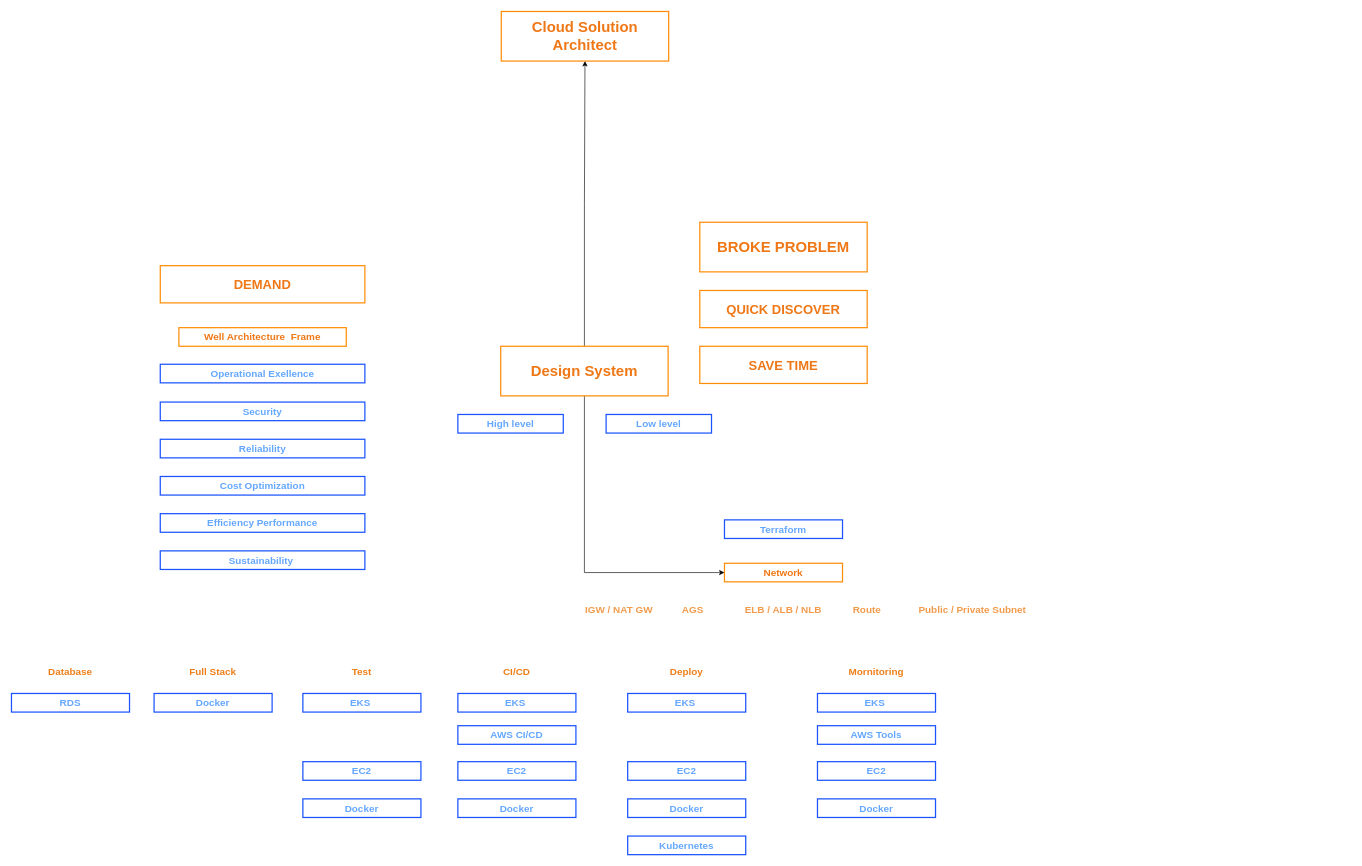
Earlier version of the draw.io diagram MindSet.drawio (HoangGuruu/drawCloud). Source tidied: cells renumbered, new cells numbered last; positions are measured from the earlier drawing's top-left corner, leaving out a move shared by most shapes. Both pictures are drawn from the tidied source at 62%, with x=0, y=0 at pixel (11, 11).
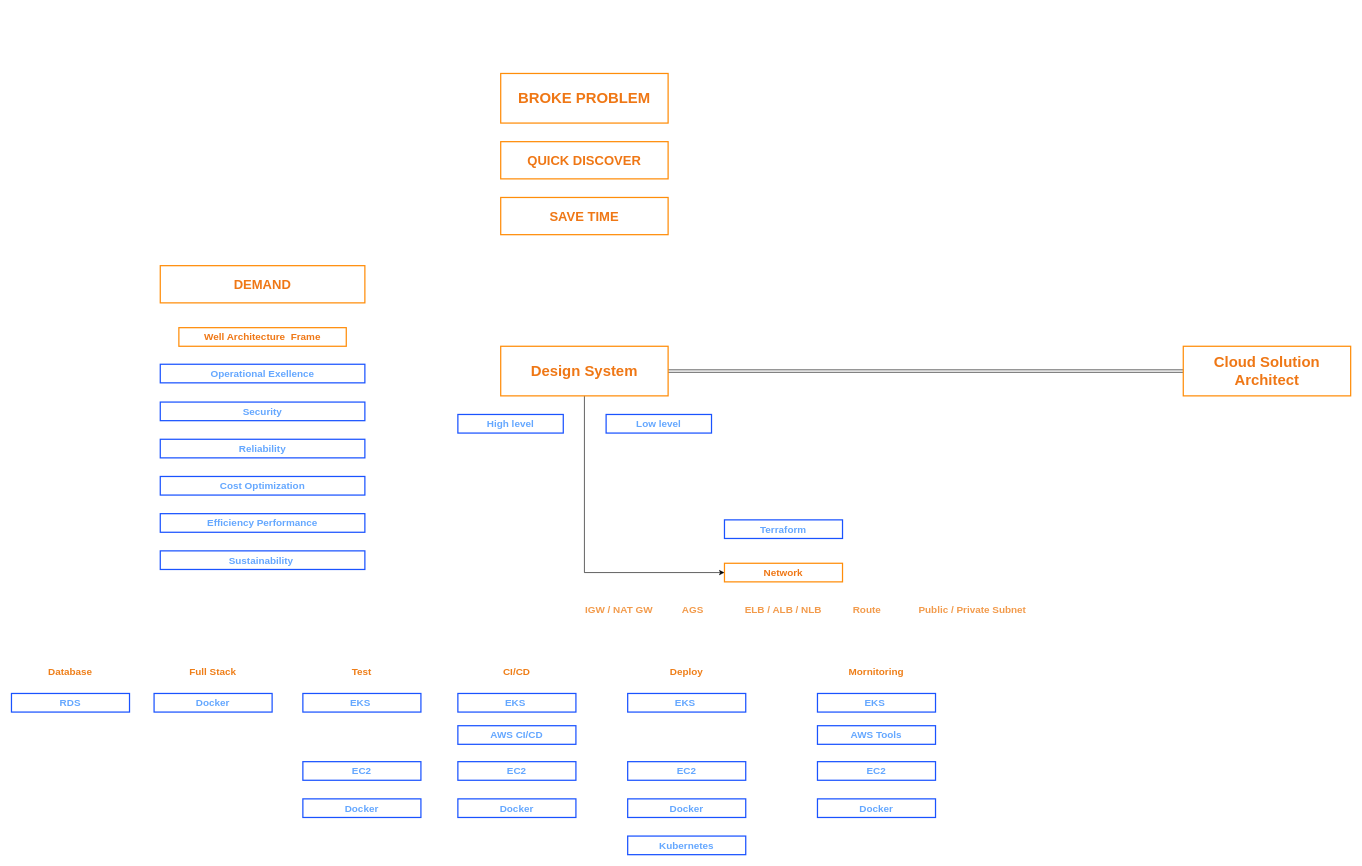
The same page after the edit.

Commit message:
Cập nhật MindSet.drawio

Unchanged cells that the change refers to:
```xml
<mxCell id="37" value="&lt;font style=&quot;font-size: 24px;&quot;&gt;Design System&lt;/font&gt;" style="text;html=1;strokeColor=#ff8d0a;fillColor=none;align=center;verticalAlign=middle;whiteSpace=wrap;rounded=0;fontSize=16;fontStyle=1;fontColor=#ef7715;strokeWidth=2;" parent="1" vertex="1">
  <mxGeometry x="789.1" y="540" width="270" height="80" as="geometry" />
</mxCell>
```

Diff of the diagram source:
```diff
@@
-    <mxCell id="36" style="edgeStyle=orthogonalEdgeStyle;rounded=0;jettySize=auto;html=1;entryX=0.5;entryY=1;entryDx=0;entryDy=0;" parent="1" edge="1" source="37" target="47">
+    <mxCell id="36" style="edgeStyle=orthogonalEdgeStyle;rounded=0;jettySize=auto;html=1;entryX=0;entryY=0.5;entryDx=0;entryDy=0;shape=link;" parent="1" edge="1" source="37" target="47">
       <mxGeometry relative="1" as="geometry" />
     </mxCell>
@@
     <mxCell id="44" value="&lt;span style=&quot;font-size: 24px;&quot;&gt;BROKE PROBLEM&lt;/span&gt;" style="text;html=1;strokeColor=#ff8d0a;fillColor=none;align=center;verticalAlign=middle;whiteSpace=wrap;rounded=0;fontSize=16;fontStyle=1;fontColor=#ef7715;strokeWidth=2;" parent="1" vertex="1">
-      <mxGeometry x="1110.2" y="340" width="270" height="80" as="geometry" />
+      <mxGeometry x="789.1" y="100" width="270" height="80" as="geometry" />
     </mxCell>
     <mxCell id="45" value="QUICK DISCOVER" style="text;html=1;strokeColor=#ff8d0a;fillColor=none;align=center;verticalAlign=middle;whiteSpace=wrap;rounded=0;fontSize=21;fontStyle=1;fontColor=#ef7715;strokeWidth=2;" parent="1" vertex="1">
-      <mxGeometry x="1110.2" y="450" width="270" height="60" as="geometry" />
+      <mxGeometry x="789.1" y="210" width="270" height="60" as="geometry" />
     </mxCell>
@@
     <mxCell id="47" value="&lt;font style=&quot;font-size: 24px;&quot;&gt;Cloud Solution Architect&lt;/font&gt;" style="text;html=1;strokeColor=#ff8d0a;fillColor=none;align=center;verticalAlign=middle;whiteSpace=wrap;rounded=0;fontSize=16;fontStyle=1;fontColor=#ef7715;strokeWidth=2;" parent="1" vertex="1">
-      <mxGeometry x="790" width="270" height="80" as="geometry" />
+      <mxGeometry x="1890" y="540" width="270" height="80" as="geometry" />
     </mxCell>
     <mxCell id="48" value="SAVE TIME" style="text;html=1;strokeColor=#ff8d0a;fillColor=none;align=center;verticalAlign=middle;whiteSpace=wrap;rounded=0;fontSize=21;fontStyle=1;fontColor=#ef7715;strokeWidth=2;" parent="1" vertex="1">
-      <mxGeometry x="1110.2" y="540" width="270" height="60" as="geometry" />
+      <mxGeometry x="789.1" y="300" width="270" height="60" as="geometry" />
     </mxCell>
```
